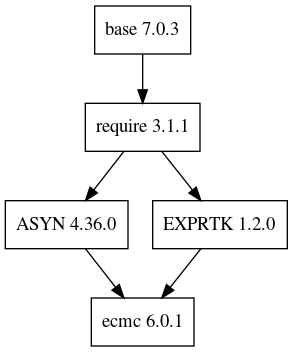
icshwi/e3-ecmc keeps this Graphviz diagram as docs/ecmc.png. Above is the earlier version. Its source is kept beside it as docs/ecmc.gv.
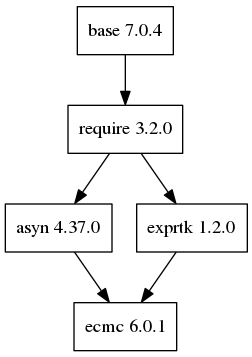
The same diagram one commit later.

What changed in the source:
```diff
@@ -1,9 +1,9 @@
 digraph ecmc {
 node [shape=record];
-base [label="base 7.0.3"]
-require [label="require 3.1.1"]
-ASYN [label="ASYN 4.36.0"]
-EXPRTK [label="EXPRTK 1.2.0"]
+base [label="base 7.0.4"]
+require [label="require 3.2.0"]
+asyn [label="asyn 4.37.0"]
+exprtk [label="exprtk 1.2.0"]
 ecmc [label="ecmc 6.0.1"]
-base -> require -> { ASYN,EXPRTK } ->  {  ecmc  }
+base -> require -> { asyn,exprtk } ->  {  ecmc  }
 }
```
